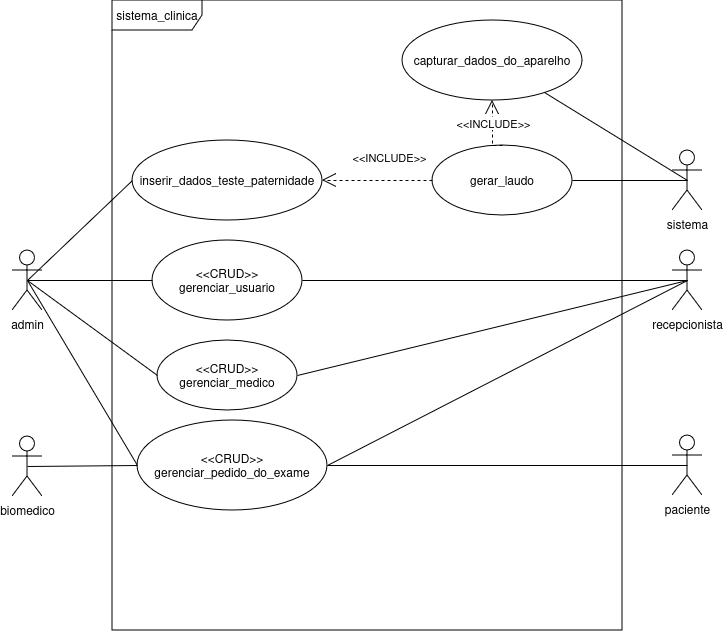
This is docs/img/diagramas/caso_de_uso.png from UniFil-NPI/ProjetoAnalisesClinicas, a draw.io export, as it was before one commit. Source tidied: cells renumbered, new cells last; positions are measured from the earlier drawing's top-left corner, leaving out a move shared by most shapes.
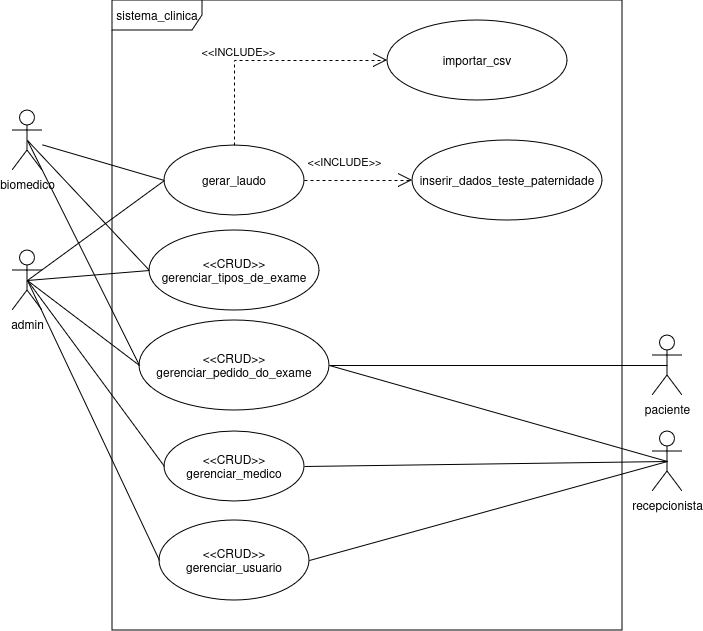
After the change.

Commit message:
Alterações no caso de uso, e em algumas partes da documentação

Diff of the diagram source:
```diff
@@ -3,7 +3,7 @@
     <mxCell id="0" />
     <mxCell id="1" parent="0" />
     <mxCell id="2" value="paciente" style="shape=umlActor;verticalLabelPosition=bottom;verticalAlign=top;html=1;labelBackgroundColor=none;shadow=0;" parent="1" vertex="1">
-      <mxGeometry x="660" y="435" width="30" height="60" as="geometry" />
+      <mxGeometry x="640" y="335" width="30" height="60" as="geometry" />
     </mxCell>
     <mxCell id="3" style="rounded=0;jettySize=auto;html=1;exitX=0.5;exitY=0.5;exitDx=0;exitDy=0;exitPerimeter=0;entryX=1;entryY=0.5;entryDx=0;entryDy=0;endArrow=none;endFill=0;" parent="1" edge="1" source="5" target="13">
       <mxGeometry relative="1" as="geometry" />
@@ -12,37 +12,43 @@
       <mxGeometry relative="1" as="geometry" />
     </mxCell>
     <mxCell id="5" value="recepcionista" style="shape=umlActor;verticalLabelPosition=bottom;verticalAlign=top;html=1;" parent="1" vertex="1">
-      <mxGeometry x="660" y="250" width="30" height="60" as="geometry" />
+      <mxGeometry x="640" y="431" width="30" height="60" as="geometry" />
     </mxCell>
-    <mxCell id="6" style="rounded=0;jettySize=auto;html=1;exitX=0.5;exitY=0.5;exitDx=0;exitDy=0;exitPerimeter=0;entryX=0;entryY=0.5;entryDx=0;entryDy=0;endArrow=none;endFill=0;" parent="1" edge="1" source="8" target="27">
+    <mxCell id="6" style="rounded=0;jettySize=auto;html=1;exitX=0.5;exitY=0.5;exitDx=0;exitDy=0;exitPerimeter=0;entryX=0;entryY=0.5;entryDx=0;entryDy=0;endArrow=none;endFill=0;" parent="1" edge="1" source="8" target="18">
       <mxGeometry relative="1" as="geometry" />
     </mxCell>
     <mxCell id="7" style="rounded=0;jettySize=auto;html=1;entryX=0;entryY=0.5;entryDx=0;entryDy=0;endArrow=none;endFill=0;startSize=0;jumpSize=0;endSize=0;exitX=0.5;exitY=0.5;exitDx=0;exitDy=0;exitPerimeter=0;" parent="1" edge="1" source="8" target="13">
       <mxGeometry relative="1" as="geometry" />
     </mxCell>
+    <mxCell id="31" style="rounded=0;jettySize=auto;html=1;exitX=0.5;exitY=0.5;exitDx=0;exitDy=0;exitPerimeter=0;endArrow=none;endFill=0;entryX=0;entryY=0.5;entryDx=0;entryDy=0;" parent="1" edge="1" source="8" target="34">
+      <mxGeometry relative="1" as="geometry" />
+    </mxCell>
     <mxCell id="8" value="admin" style="shape=umlActor;verticalLabelPosition=bottom;verticalAlign=top;html=1;" parent="1" vertex="1">
       <mxGeometry y="250" width="30" height="60" as="geometry" />
     </mxCell>
+    <mxCell id="32" style="rounded=0;jettySize=auto;html=1;entryX=0;entryY=0.5;entryDx=0;entryDy=0;endArrow=none;endFill=0;" parent="1" edge="1" source="9" target="18">
+      <mxGeometry relative="1" as="geometry" />
+    </mxCell>
+    <mxCell id="33" style="rounded=0;jettySize=auto;html=1;exitX=0.5;exitY=0.5;exitDx=0;exitDy=0;exitPerimeter=0;entryX=0;entryY=0.5;entryDx=0;entryDy=0;endArrow=none;endFill=0;" parent="1" edge="1" source="9" target="34">
+      <mxGeometry relative="1" as="geometry" />
+    </mxCell>
     <mxCell id="9" value="biomedico" style="shape=umlActor;verticalLabelPosition=bottom;verticalAlign=top;html=1;" parent="1" vertex="1">
-      <mxGeometry y="436" width="30" height="60" as="geometry" />
+      <mxGeometry y="110" width="30" height="60" as="geometry" />
     </mxCell>
     <mxCell id="10" value="sistema_clinica" style="shape=umlFrame;whiteSpace=wrap;html=1;width=90;height=30;" parent="1" vertex="1">
       <mxGeometry x="100" width="510" height="630" as="geometry" />
     </mxCell>
     <mxCell id="11" value="&lt;div&gt;&amp;lt;&amp;lt;CRUD&amp;gt;&amp;gt;&lt;/div&gt;&lt;div&gt;gerenciar_medico&lt;br&gt;&lt;/div&gt;" style="ellipse;whiteSpace=wrap;html=1;" parent="1" vertex="1">
-      <mxGeometry x="145" y="340" width="140" height="70" as="geometry" />
+      <mxGeometry x="152" y="431" width="140" height="70" as="geometry" />
     </mxCell>
     <mxCell id="12" value="&lt;div&gt;&amp;lt;&amp;lt;CRUD&amp;gt;&amp;gt;&lt;/div&gt;&lt;div&gt;gerenciar_usuario&lt;br&gt;&lt;/div&gt;" style="ellipse;whiteSpace=wrap;html=1;" parent="1" vertex="1">
-      <mxGeometry x="140" y="240" width="150" height="80" as="geometry" />
+      <mxGeometry x="147" y="520" width="150" height="80" as="geometry" />
     </mxCell>
     <mxCell id="13" value="&amp;lt;&amp;lt;CRUD&amp;gt;&amp;gt;&lt;br&gt;gerenciar_pedido_do_exame" style="ellipse;whiteSpace=wrap;html=1;" parent="1" vertex="1">
-      <mxGeometry x="125" y="420" width="190" height="90" as="geometry" />
+      <mxGeometry x="127" y="320" width="190" height="90" as="geometry" />
     </mxCell>
-    <mxCell id="14" value="sistema" style="shape=umlActor;verticalLabelPosition=bottom;verticalAlign=top;html=1;" parent="1" vertex="1">
-      <mxGeometry x="660" y="150" width="30" height="60" as="geometry" />
-    </mxCell>
-    <mxCell id="15" value="&lt;div&gt;capturar_dados_do_aparelho&lt;/div&gt;" style="ellipse;whiteSpace=wrap;html=1;" parent="1" vertex="1">
-      <mxGeometry x="390" y="20" width="180" height="80" as="geometry" />
+    <mxCell id="15" value="&lt;div&gt;importar_csv&lt;/div&gt;" style="ellipse;whiteSpace=wrap;html=1;" parent="1" vertex="1">
+      <mxGeometry x="375" y="20" width="180" height="80" as="geometry" />
     </mxCell>
     <mxCell id="16" style="edgeStyle=none;rounded=0;orthogonalLoop=1;jettySize=auto;html=1;exitX=0;exitY=1;exitDx=0;exitDy=0;" parent="1" edge="1">
       <mxGeometry relative="1" as="geometry">
@@ -57,7 +63,7 @@
       </mxGeometry>
     </mxCell>
     <mxCell id="18" value="gerar_laudo" style="ellipse;whiteSpace=wrap;html=1;" parent="1" vertex="1">
-      <mxGeometry x="420" y="145" width="140" height="70" as="geometry" />
+      <mxGeometry x="152" y="145" width="140" height="70" as="geometry" />
     </mxCell>
     <mxCell id="19" style="endArrow=none;html=1;rounded=0;exitX=0.5;exitY=0.5;exitDx=0;exitDy=0;exitPerimeter=0;entryX=1;entryY=0.5;entryDx=0;entryDy=0;" parent="1" edge="1" source="5" target="12">
       <mxGeometry relative="1" as="geometry" />
@@ -65,9 +71,6 @@
     <mxCell id="20" style="endArrow=none;html=1;rounded=0;exitX=0.5;exitY=0.5;exitDx=0;exitDy=0;exitPerimeter=0;entryX=0;entryY=0.5;entryDx=0;entryDy=0;" parent="1" edge="1" source="8" target="12">
       <mxGeometry relative="1" as="geometry" />
     </mxCell>
-    <mxCell id="21" style="endArrow=none;html=1;rounded=0;entryX=0.5;entryY=0.5;entryDx=0;entryDy=0;entryPerimeter=0;exitX=1;exitY=0.5;exitDx=0;exitDy=0;" parent="1" edge="1" source="18" target="14">
-      <mxGeometry relative="1" as="geometry" />
-    </mxCell>
     <mxCell id="22" style="endArrow=none;html=1;rounded=0;exitX=0.5;exitY=0.5;exitDx=0;exitDy=0;exitPerimeter=0;entryX=0;entryY=0.5;entryDx=0;entryDy=0;" parent="1" edge="1" source="9" target="13">
       <mxGeometry relative="1" as="geometry" />
     </mxCell>
@@ -77,7 +80,7 @@
     <mxCell id="24" style="endArrow=none;html=1;rounded=0;exitX=0.5;exitY=0.5;exitDx=0;exitDy=0;exitPerimeter=0;entryX=0;entryY=0.5;entryDx=0;entryDy=0;" parent="1" edge="1" source="8" target="11">
       <mxGeometry relative="1" as="geometry" />
     </mxCell>
-    <mxCell id="25" style="edgeStyle=orthogonalEdgeStyle;rounded=0;jettySize=auto;html=1;exitX=0;exitY=0.5;exitDx=0;exitDy=0;entryX=1;entryY=0.5;entryDx=0;entryDy=0;dashed=1;endArrow=open;endFill=0;endSize=12;" parent="1" edge="1" source="18" target="27">
+    <mxCell id="25" style="edgeStyle=orthogonalEdgeStyle;rounded=0;jettySize=auto;html=1;exitX=1;exitY=0.5;exitDx=0;exitDy=0;entryX=0;entryY=0.5;entryDx=0;entryDy=0;dashed=1;endArrow=open;endFill=0;endSize=12;" parent="1" edge="1" source="18" target="27">
       <mxGeometry relative="1" as="geometry" />
     </mxCell>
     <mxCell id="26" value="&amp;lt;&amp;lt;INCLUDE&amp;gt;&amp;gt;" style="edgeLabel;html=1;align=center;verticalAlign=middle;" parent="25" vertex="1">
@@ -86,12 +89,9 @@
       </mxGeometry>
     </mxCell>
     <mxCell id="27" value="&lt;div align=&quot;center&quot;&gt;inserir_dados_teste_paternidade&lt;/div&gt;" style="ellipse;whiteSpace=wrap;html=1;align=center;horizontal=1;verticalAlign=middle;" parent="1" vertex="1">
-      <mxGeometry x="120" y="140" width="190" height="80" as="geometry" />
+      <mxGeometry x="400" y="140" width="190" height="80" as="geometry" />
     </mxCell>
-    <mxCell id="28" style="rounded=0;jettySize=auto;html=1;exitX=0.5;exitY=0.5;exitDx=0;exitDy=0;exitPerimeter=0;endArrow=none;endFill=0;endSize=0;startSize=0;" parent="1" edge="1" source="14" target="15">
-      <mxGeometry relative="1" as="geometry" />
-    </mxCell>
-    <mxCell id="29" style="edgeStyle=orthogonalEdgeStyle;rounded=0;jettySize=auto;html=1;entryX=0.5;entryY=1;entryDx=0;entryDy=0;dashed=1;endArrow=open;endFill=0;endSize=12;exitX=0.5;exitY=0;exitDx=0;exitDy=0;" parent="1" edge="1" source="18" target="15">
+    <mxCell id="29" style="edgeStyle=orthogonalEdgeStyle;rounded=0;jettySize=auto;html=1;entryX=0;entryY=0.5;entryDx=0;entryDy=0;dashed=1;endArrow=open;endFill=0;endSize=12;exitX=0.5;exitY=0;exitDx=0;exitDy=0;" parent="1" edge="1" source="18" target="15">
       <mxGeometry relative="1" as="geometry" />
     </mxCell>
     <mxCell id="30" value="&amp;lt;&amp;lt;INCLUDE&amp;gt;&amp;gt;" style="edgeLabel;html=1;align=center;verticalAlign=middle;" parent="29" vertex="1">
@@ -99,5 +99,8 @@
         <mxPoint x="-2" y="-12" as="offset" />
       </mxGeometry>
     </mxCell>
+    <mxCell id="34" value="&lt;div&gt;&amp;lt;&amp;lt;CRUD&amp;gt;&amp;gt;&lt;/div&gt;&lt;div&gt;gerenciar_tipos_de_exame&lt;br&gt;&lt;/div&gt;" style="ellipse;whiteSpace=wrap;html=1;" parent="1" vertex="1">
+      <mxGeometry x="137" y="230" width="170" height="80" as="geometry" />
+    </mxCell>
   </root>
 </mxGraphModel>
```
